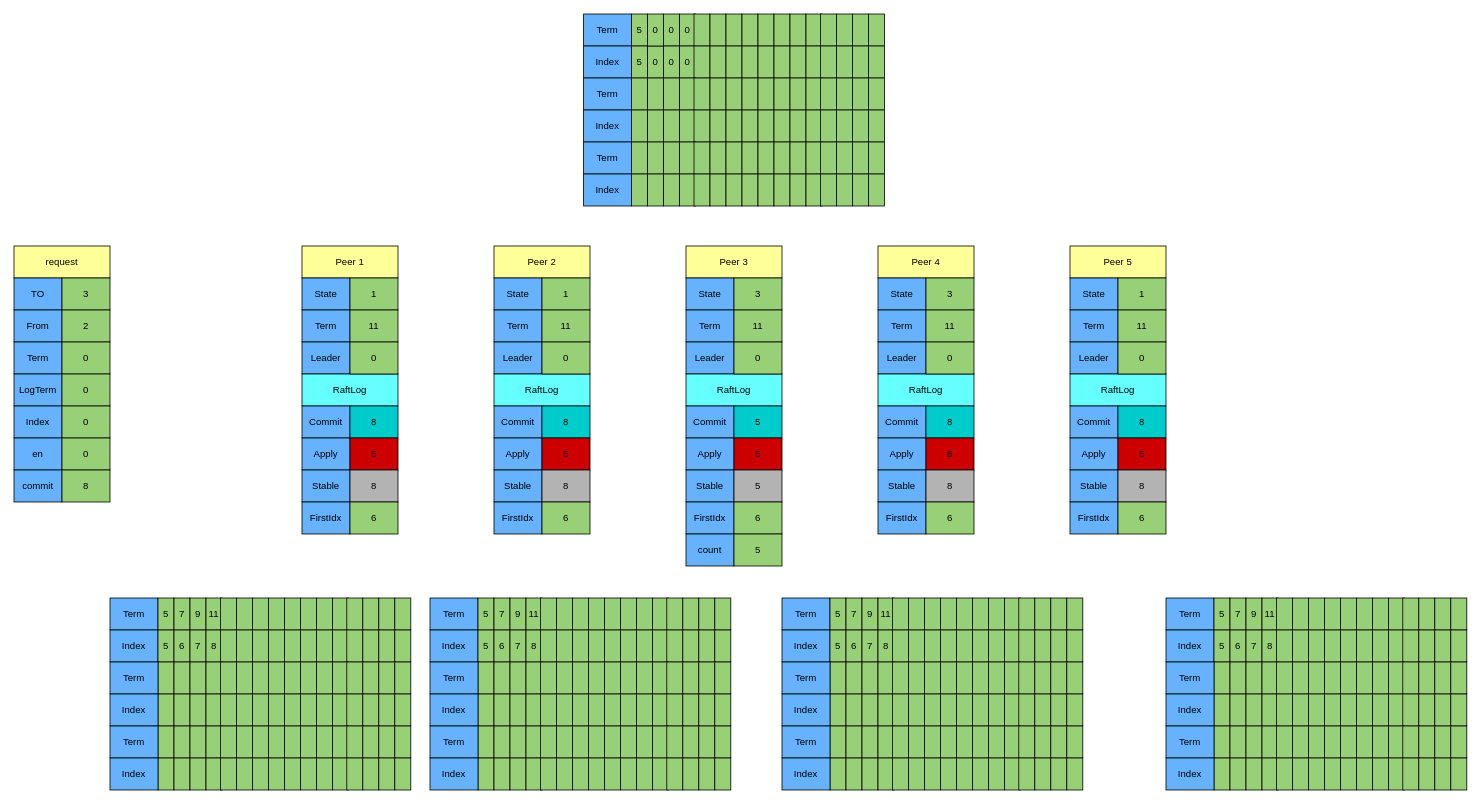
Earlier version of the draw.io diagram runRaft.drawio (arlottang/tdh_bit). Source tidied: cells renumbered, new cells numbered last; positions are measured from the earlier drawing's top-left corner, leaving out a move shared by most shapes. Both pictures are drawn from the tidied source at 80%, with x=0, y=0 at pixel (14, 14).
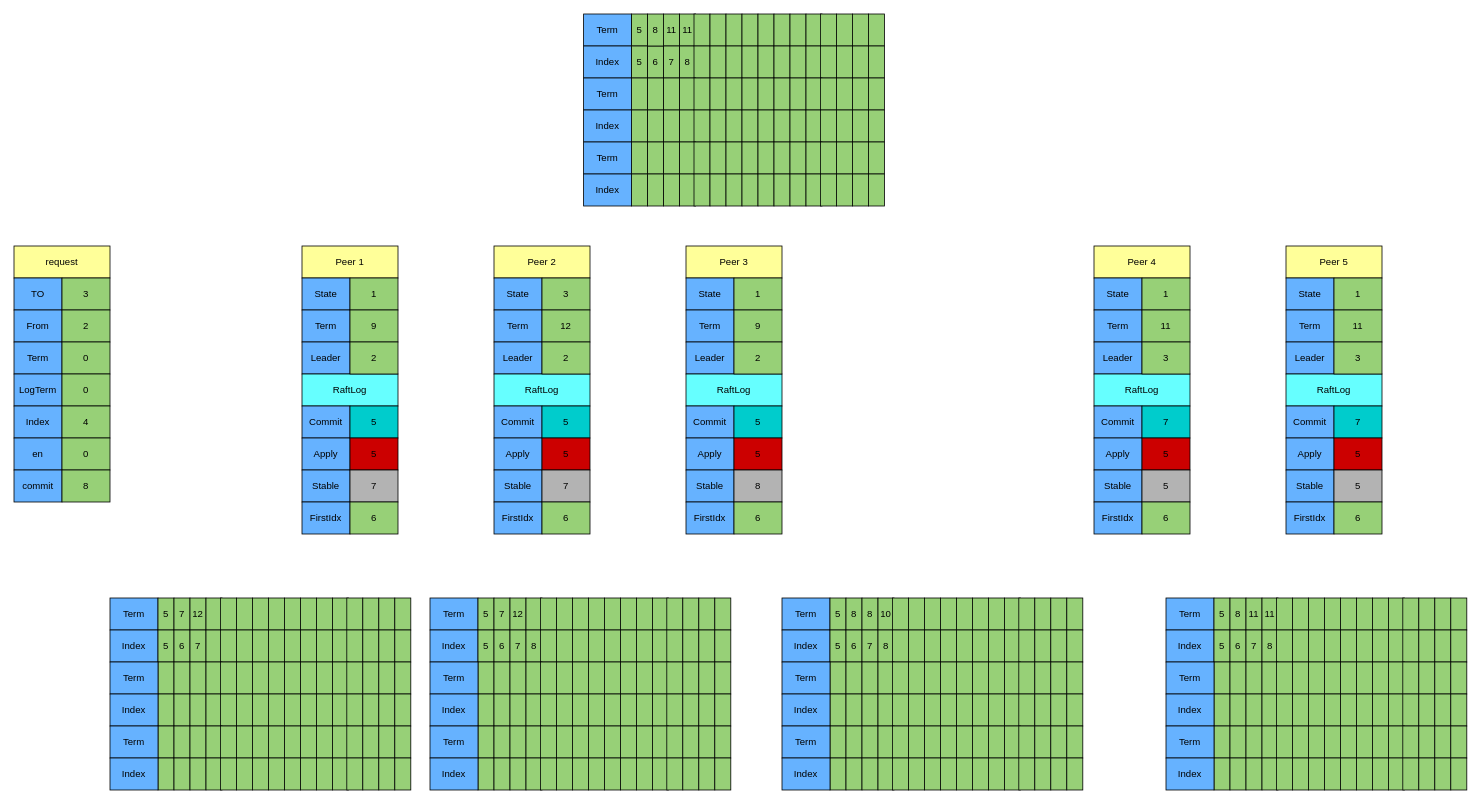
The same diagram, later.

The edit, as a diff of the source:
```diff
@@
     <mxCell id="5" value="Peer 4" style="rounded=0;whiteSpace=wrap;html=1;fillColor=#FFFF99;" parent="1" vertex="1">
-      <mxGeometry x="1080" y="290" width="120" height="40" as="geometry" />
+      <mxGeometry x="1350" y="290" width="120" height="40" as="geometry" />
     </mxCell>
     <mxCell id="6" value="Peer 5" style="rounded=0;whiteSpace=wrap;html=1;fillColor=#FFFF99;" parent="1" vertex="1">
-      <mxGeometry x="1320" y="290" width="120" height="40" as="geometry" />
+      <mxGeometry x="1590" y="290" width="120" height="40" as="geometry" />
     </mxCell>
@@
-    <mxCell id="12" value="11" style="rounded=0;whiteSpace=wrap;html=1;fillColor=#97D077;" parent="1" vertex="1">
+    <mxCell id="12" value="9" style="rounded=0;whiteSpace=wrap;html=1;fillColor=#97D077;" parent="1" vertex="1">
       <mxGeometry x="420" y="370" width="60" height="40" as="geometry" />
     </mxCell>
-    <mxCell id="13" value="0" style="rounded=0;whiteSpace=wrap;html=1;fillColor=#97D077;" parent="1" vertex="1">
+    <mxCell id="13" value="2" style="rounded=0;whiteSpace=wrap;html=1;fillColor=#97D077;" parent="1" vertex="1">
       <mxGeometry x="420" y="410" width="60" height="40" as="geometry" />
     </mxCell>
@@
-    <mxCell id="17" value="1" style="rounded=0;whiteSpace=wrap;html=1;fillColor=#97D077;" parent="1" vertex="1">
+    <mxCell id="17" value="3" style="rounded=0;whiteSpace=wrap;html=1;fillColor=#97D077;" parent="1" vertex="1">
       <mxGeometry x="660" y="330" width="60" height="40" as="geometry" />
     </mxCell>
@@
-    <mxCell id="19" value="11" style="rounded=0;whiteSpace=wrap;html=1;fillColor=#97D077;" parent="1" vertex="1">
+    <mxCell id="19" value="12" style="rounded=0;whiteSpace=wrap;html=1;fillColor=#97D077;" parent="1" vertex="1">
       <mxGeometry x="660" y="370" width="60" height="40" as="geometry" />
     </mxCell>
-    <mxCell id="20" value="0" style="rounded=0;whiteSpace=wrap;html=1;fillColor=#97D077;" parent="1" vertex="1">
+    <mxCell id="20" value="2" style="rounded=0;whiteSpace=wrap;html=1;fillColor=#97D077;" parent="1" vertex="1">
       <mxGeometry x="660" y="410" width="60" height="40" as="geometry" />
     </mxCell>
@@
-    <mxCell id="24" value="3" style="rounded=0;whiteSpace=wrap;html=1;fillColor=#97D077;" parent="1" vertex="1">
+    <mxCell id="24" value="1" style="rounded=0;whiteSpace=wrap;html=1;fillColor=#97D077;" parent="1" vertex="1">
       <mxGeometry x="900" y="330" width="60" height="40" as="geometry" />
     </mxCell>
@@
-    <mxCell id="26" value="11" style="rounded=0;whiteSpace=wrap;html=1;fillColor=#97D077;" parent="1" vertex="1">
+    <mxCell id="26" value="9" style="rounded=0;whiteSpace=wrap;html=1;fillColor=#97D077;" parent="1" vertex="1">
       <mxGeometry x="900" y="370" width="60" height="40" as="geometry" />
     </mxCell>
-    <mxCell id="27" value="0" style="rounded=0;whiteSpace=wrap;html=1;fillColor=#97D077;" parent="1" vertex="1">
+    <mxCell id="27" value="2" style="rounded=0;whiteSpace=wrap;html=1;fillColor=#97D077;" parent="1" vertex="1">
       <mxGeometry x="900" y="410" width="60" height="40" as="geometry" />
     </mxCell>
     <mxCell id="28" value="State" style="rounded=0;whiteSpace=wrap;html=1;fillColor=#66B2FF;" parent="1" vertex="1">
-      <mxGeometry x="1080" y="330" width="60" height="40" as="geometry" />
+      <mxGeometry x="1350" y="330" width="60" height="40" as="geometry" />
     </mxCell>
     <mxCell id="29" value="Term" style="rounded=0;whiteSpace=wrap;html=1;fillColor=#66B2FF;" parent="1" vertex="1">
-      <mxGeometry x="1080" y="370" width="60" height="40" as="geometry" />
+      <mxGeometry x="1350" y="370" width="60" height="40" as="geometry" />
     </mxCell>
     <mxCell id="30" value="Leader" style="rounded=0;whiteSpace=wrap;html=1;fillColor=#66B2FF;" parent="1" vertex="1">
-      <mxGeometry x="1080" y="410" width="60" height="40" as="geometry" />
+      <mxGeometry x="1350" y="410" width="60" height="40" as="geometry" />
     </mxCell>
-    <mxCell id="31" value="3" style="rounded=0;whiteSpace=wrap;html=1;fillColor=#97D077;" parent="1" vertex="1">
-      <mxGeometry x="1140" y="330" width="60" height="40" as="geometry" />
+    <mxCell id="31" value="1" style="rounded=0;whiteSpace=wrap;html=1;fillColor=#97D077;" parent="1" vertex="1">
+      <mxGeometry x="1410" y="330" width="60" height="40" as="geometry" />
     </mxCell>
     <mxCell id="32" value="RaftLog" style="rounded=0;whiteSpace=wrap;html=1;fillColor=#66FFFF;" parent="1" vertex="1">
-      <mxGeometry x="1080" y="450" width="120" height="40" as="geometry" />
+      <mxGeometry x="1350" y="450" width="120" height="40" as="geometry" />
     </mxCell>
     <mxCell id="33" value="11" style="rounded=0;whiteSpace=wrap;html=1;fillColor=#97D077;" parent="1" vertex="1">
-      <mxGeometry x="1140" y="370" width="60" height="40" as="geometry" />
+      <mxGeometry x="1410" y="370" width="60" height="40" as="geometry" />
     </mxCell>
-    <mxCell id="34" value="0" style="rounded=0;whiteSpace=wrap;html=1;fillColor=#97D077;" parent="1" vertex="1">
-      <mxGeometry x="1140" y="410" width="60" height="40" as="geometry" />
+    <mxCell id="34" value="3" style="rounded=0;whiteSpace=wrap;html=1;fillColor=#97D077;" parent="1" vertex="1">
+      <mxGeometry x="1410" y="410" width="60" height="40" as="geometry" />
     </mxCell>
     <mxCell id="35" value="State" style="rounded=0;whiteSpace=wrap;html=1;fillColor=#66B2FF;" parent="1" vertex="1">
-      <mxGeometry x="1320" y="330" width="60" height="40" as="geometry" />
+      <mxGeometry x="1590" y="330" width="60" height="40" as="geometry" />
     </mxCell>
     <mxCell id="36" value="Term" style="rounded=0;whiteSpace=wrap;html=1;fillColor=#66B2FF;" parent="1" vertex="1">
-      <mxGeometry x="1320" y="370" width="60" height="40" as="geometry" />
+      <mxGeometry x="1590" y="370" width="60" height="40" as="geometry" />
     </mxCell>
     <mxCell id="37" value="Leader" style="rounded=0;whiteSpace=wrap;html=1;fillColor=#66B2FF;" parent="1" vertex="1">
-      <mxGeometry x="1320" y="410" width="60" height="40" as="geometry" />
+      <mxGeometry x="1590" y="410" width="60" height="40" as="geometry" />
     </mxCell>
     <mxCell id="38" value="1" style="rounded=0;whiteSpace=wrap;html=1;fillColor=#97D077;" parent="1" vertex="1">
-      <mxGeometry x="1380" y="330" width="60" height="40" as="geometry" />
+      <mxGeometry x="1650" y="330" width="60" height="40" as="geometry" />
     </mxCell>
     <mxCell id="39" value="RaftLog" style="rounded=0;whiteSpace=wrap;html=1;fillColor=#66FFFF;" parent="1" vertex="1">
-      <mxGeometry x="1320" y="450" width="120" height="40" as="geometry" />
+      <mxGeometry x="1590" y="450" width="120" height="40" as="geometry" />
     </mxCell>
     <mxCell id="40" value="11" style="rounded=0;whiteSpace=wrap;html=1;fillColor=#97D077;" parent="1" vertex="1">
-      <mxGeometry x="1380" y="370" width="60" height="40" as="geometry" />
+      <mxGeometry x="1650" y="370" width="60" height="40" as="geometry" />
     </mxCell>
-    <mxCell id="41" value="0" style="rounded=0;whiteSpace=wrap;html=1;fillColor=#97D077;" parent="1" vertex="1">
-      <mxGeometry x="1380" y="410" width="60" height="40" as="geometry" />
+    <mxCell id="41" value="3" style="rounded=0;whiteSpace=wrap;html=1;fillColor=#97D077;" parent="1" vertex="1">
+      <mxGeometry x="1650" y="410" width="60" height="40" as="geometry" />
     </mxCell>
@@
-    <mxCell id="45" value="8" style="rounded=0;whiteSpace=wrap;html=1;fillColor=#00CCCC;" parent="1" vertex="1">
+    <mxCell id="45" value="5" style="rounded=0;whiteSpace=wrap;html=1;fillColor=#00CCCC;" parent="1" vertex="1">
       <mxGeometry x="420" y="490" width="60" height="40" as="geometry" />
     </mxCell>
@@
-    <mxCell id="47" value="8" style="rounded=0;whiteSpace=wrap;html=1;fillColor=#B3B3B3;" parent="1" vertex="1">
+    <mxCell id="47" value="7" style="rounded=0;whiteSpace=wrap;html=1;fillColor=#B3B3B3;" parent="1" vertex="1">
       <mxGeometry x="420" y="570" width="60" height="40" as="geometry" />
     </mxCell>
@@
     <mxCell id="58" value="Commit" style="rounded=0;whiteSpace=wrap;html=1;fillColor=#66B2FF;" parent="1" vertex="1">
-      <mxGeometry x="1080" y="490" width="60" height="40" as="geometry" />
+      <mxGeometry x="1350" y="490" width="60" height="40" as="geometry" />
     </mxCell>
     <mxCell id="59" value="Apply" style="rounded=0;whiteSpace=wrap;html=1;fillColor=#66B2FF;" parent="1" vertex="1">
-      <mxGeometry x="1080" y="530" width="60" height="40" as="geometry" />
+      <mxGeometry x="1350" y="530" width="60" height="40" as="geometry" />
     </mxCell>
     <mxCell id="60" value="Stable" style="rounded=0;whiteSpace=wrap;html=1;fillColor=#66B2FF;" parent="1" vertex="1">
-      <mxGeometry x="1080" y="570" width="60" height="40" as="geometry" />
+      <mxGeometry x="1350" y="570" width="60" height="40" as="geometry" />
     </mxCell>
     <mxCell id="61" value="FirstIdx" style="rounded=0;whiteSpace=wrap;html=1;fillColor=#66B2FF;" parent="1" vertex="1">
-      <mxGeometry x="1080" y="610" width="60" height="40" as="geometry" />
+      <mxGeometry x="1350" y="610" width="60" height="40" as="geometry" />
     </mxCell>
     <mxCell id="62" value="Commit" style="rounded=0;whiteSpace=wrap;html=1;fillColor=#66B2FF;" parent="1" vertex="1">
-      <mxGeometry x="1320" y="490" width="60" height="40" as="geometry" />
+      <mxGeometry x="1590" y="490" width="60" height="40" as="geometry" />
     </mxCell>
     <mxCell id="63" value="Apply" style="rounded=0;whiteSpace=wrap;html=1;fillColor=#66B2FF;" parent="1" vertex="1">
-      <mxGeometry x="1320" y="530" width="60" height="40" as="geometry" />
+      <mxGeometry x="1590" y="530" width="60" height="40" as="geometry" />
     </mxCell>
     <mxCell id="64" value="Stable" style="rounded=0;whiteSpace=wrap;html=1;fillColor=#66B2FF;" parent="1" vertex="1">
-      <mxGeometry x="1320" y="570" width="60" height="40" as="geometry" />
+      <mxGeometry x="1590" y="570" width="60" height="40" as="geometry" />
     </mxCell>
     <mxCell id="65" value="FirstIdx" style="rounded=0;whiteSpace=wrap;html=1;fillColor=#66B2FF;" parent="1" vertex="1">
-      <mxGeometry x="1320" y="610" width="60" height="40" as="geometry" />
+      <mxGeometry x="1590" y="610" width="60" height="40" as="geometry" />
     </mxCell>
@@
-    <mxCell id="72" value="9" style="rounded=0;whiteSpace=wrap;html=1;fillColor=#97D077;" parent="1" vertex="1">
+    <mxCell id="72" value="12" style="rounded=0;whiteSpace=wrap;html=1;fillColor=#97D077;" parent="1" vertex="1">
       <mxGeometry x="220" y="730" width="20" height="40" as="geometry" />
     </mxCell>
@@
-    <mxCell id="74" value="11" style="rounded=0;whiteSpace=wrap;html=1;fillColor=#97D077;" parent="1" vertex="1">
+    <mxCell id="74" style="rounded=0;whiteSpace=wrap;html=1;fillColor=#97D077;" parent="1" vertex="1">
       <mxGeometry x="240" y="730" width="20" height="40" as="geometry" />
     </mxCell>
-    <mxCell id="75" value="8" style="rounded=0;whiteSpace=wrap;html=1;fillColor=#97D077;" parent="1" vertex="1">
+    <mxCell id="75" style="rounded=0;whiteSpace=wrap;html=1;fillColor=#97D077;" parent="1" vertex="1">
       <mxGeometry x="240" y="770" width="20" height="40" as="geometry" />
     </mxCell>
@@
-    <mxCell id="174" value="9" style="rounded=0;whiteSpace=wrap;html=1;fillColor=#97D077;" parent="1" vertex="1">
+    <mxCell id="174" value="12" style="rounded=0;whiteSpace=wrap;html=1;fillColor=#97D077;" parent="1" vertex="1">
       <mxGeometry x="620" y="730" width="20" height="40" as="geometry" />
     </mxCell>
@@
-    <mxCell id="176" value="11" style="rounded=0;whiteSpace=wrap;html=1;fillColor=#97D077;" parent="1" vertex="1">
+    <mxCell id="176" style="rounded=0;whiteSpace=wrap;html=1;fillColor=#97D077;" parent="1" vertex="1">
       <mxGeometry x="640" y="730" width="20" height="40" as="geometry" />
     </mxCell>
@@
-    <mxCell id="274" value="0" style="rounded=0;whiteSpace=wrap;html=1;fillColor=#97D077;" parent="1" vertex="1">
+    <mxCell id="274" value="6" style="rounded=0;whiteSpace=wrap;html=1;fillColor=#97D077;" parent="1" vertex="1">
       <mxGeometry x="792" y="40" width="20" height="40" as="geometry" />
     </mxCell>
-    <mxCell id="275" value="0" style="rounded=0;whiteSpace=wrap;html=1;fillColor=#97D077;" parent="1" vertex="1">
+    <mxCell id="275" value="11" style="rounded=0;whiteSpace=wrap;html=1;fillColor=#97D077;" parent="1" vertex="1">
       <mxGeometry x="812" width="20" height="40" as="geometry" />
     </mxCell>
-    <mxCell id="276" value="0" style="rounded=0;whiteSpace=wrap;html=1;fillColor=#97D077;" parent="1" vertex="1">
+    <mxCell id="276" value="7" style="rounded=0;whiteSpace=wrap;html=1;fillColor=#97D077;" parent="1" vertex="1">
       <mxGeometry x="812" y="40" width="20" height="40" as="geometry" />
     </mxCell>
-    <mxCell id="277" value="0" style="rounded=0;whiteSpace=wrap;html=1;fillColor=#97D077;" parent="1" vertex="1">
+    <mxCell id="277" value="11" style="rounded=0;whiteSpace=wrap;html=1;fillColor=#97D077;" parent="1" vertex="1">
       <mxGeometry x="832" width="20" height="40" as="geometry" />
     </mxCell>
-    <mxCell id="278" value="0" style="rounded=0;whiteSpace=wrap;html=1;fillColor=#97D077;" parent="1" vertex="1">
+    <mxCell id="278" value="8" style="rounded=0;whiteSpace=wrap;html=1;fillColor=#97D077;" parent="1" vertex="1">
       <mxGeometry x="832" y="40" width="20" height="40" as="geometry" />
     </mxCell>
@@
-    <mxCell id="375" value="7" style="rounded=0;whiteSpace=wrap;html=1;fillColor=#97D077;" parent="1" vertex="1">
+    <mxCell id="375" value="8" style="rounded=0;whiteSpace=wrap;html=1;fillColor=#97D077;" parent="1" vertex="1">
       <mxGeometry x="1040" y="730" width="20" height="40" as="geometry" />
     </mxCell>
@@
-    <mxCell id="377" value="9" style="rounded=0;whiteSpace=wrap;html=1;fillColor=#97D077;" parent="1" vertex="1">
+    <mxCell id="377" value="8" style="rounded=0;whiteSpace=wrap;html=1;fillColor=#97D077;" parent="1" vertex="1">
       <mxGeometry x="1060" y="730" width="20" height="40" as="geometry" />
     </mxCell>
@@
-    <mxCell id="379" value="11" style="rounded=0;whiteSpace=wrap;html=1;fillColor=#97D077;" parent="1" vertex="1">
+    <mxCell id="379" value="10" style="rounded=0;whiteSpace=wrap;html=1;fillColor=#97D077;" parent="1" vertex="1">
       <mxGeometry x="1080" y="730" width="20" height="40" as="geometry" />
     </mxCell>
@@
-    <mxCell id="477" value="7" style="rounded=0;whiteSpace=wrap;html=1;fillColor=#97D077;" parent="1" vertex="1">
+    <mxCell id="477" value="8" style="rounded=0;whiteSpace=wrap;html=1;fillColor=#97D077;" parent="1" vertex="1">
       <mxGeometry x="1520" y="730" width="20" height="40" as="geometry" />
     </mxCell>
@@
-    <mxCell id="479" value="9" style="rounded=0;whiteSpace=wrap;html=1;fillColor=#97D077;" parent="1" vertex="1">
+    <mxCell id="479" value="11" style="rounded=0;whiteSpace=wrap;html=1;fillColor=#97D077;" parent="1" vertex="1">
       <mxGeometry x="1540" y="730" width="20" height="40" as="geometry" />
     </mxCell>
@@
-    <mxCell id="575" value="8" style="rounded=0;whiteSpace=wrap;html=1;fillColor=#00CCCC;" parent="1" vertex="1">
+    <mxCell id="575" value="5" style="rounded=0;whiteSpace=wrap;html=1;fillColor=#00CCCC;" parent="1" vertex="1">
       <mxGeometry x="660" y="490" width="60" height="40" as="geometry" />
     </mxCell>
@@
-    <mxCell id="577" value="8" style="rounded=0;whiteSpace=wrap;html=1;fillColor=#B3B3B3;" parent="1" vertex="1">
+    <mxCell id="577" value="7" style="rounded=0;whiteSpace=wrap;html=1;fillColor=#B3B3B3;" parent="1" vertex="1">
       <mxGeometry x="660" y="570" width="60" height="40" as="geometry" />
     </mxCell>
@@
-    <mxCell id="581" value="5" style="rounded=0;whiteSpace=wrap;html=1;fillColor=#B3B3B3;" parent="1" vertex="1">
+    <mxCell id="581" value="8" style="rounded=0;whiteSpace=wrap;html=1;fillColor=#B3B3B3;" parent="1" vertex="1">
       <mxGeometry x="900" y="570" width="60" height="40" as="geometry" />
     </mxCell>
@@
-    <mxCell id="583" value="8" style="rounded=0;whiteSpace=wrap;html=1;fillColor=#00CCCC;" parent="1" vertex="1">
-      <mxGeometry x="1140" y="490" width="60" height="40" as="geometry" />
+    <mxCell id="583" value="7" style="rounded=0;whiteSpace=wrap;html=1;fillColor=#00CCCC;" parent="1" vertex="1">
+      <mxGeometry x="1410" y="490" width="60" height="40" as="geometry" />
     </mxCell>
-    <mxCell id="584" value="8" style="rounded=0;whiteSpace=wrap;html=1;fillColor=#CC0000;" parent="1" vertex="1">
-      <mxGeometry x="1140" y="530" width="60" height="40" as="geometry" />
+    <mxCell id="584" value="5" style="rounded=0;whiteSpace=wrap;html=1;fillColor=#CC0000;" parent="1" vertex="1">
+      <mxGeometry x="1410" y="530" width="60" height="40" as="geometry" />
     </mxCell>
-    <mxCell id="585" value="8" style="rounded=0;whiteSpace=wrap;html=1;fillColor=#B3B3B3;" parent="1" vertex="1">
-      <mxGeometry x="1140" y="570" width="60" height="40" as="geometry" />
+    <mxCell id="585" value="5" style="rounded=0;whiteSpace=wrap;html=1;fillColor=#B3B3B3;" parent="1" vertex="1">
+      <mxGeometry x="1410" y="570" width="60" height="40" as="geometry" />
     </mxCell>
     <mxCell id="586" value="6" style="rounded=0;whiteSpace=wrap;html=1;fillColor=#97D077;" parent="1" vertex="1">
-      <mxGeometry x="1140" y="610" width="60" height="40" as="geometry" />
+      <mxGeometry x="1410" y="610" width="60" height="40" as="geometry" />
     </mxCell>
-    <mxCell id="587" value="8" style="rounded=0;whiteSpace=wrap;html=1;fillColor=#00CCCC;" parent="1" vertex="1">
-      <mxGeometry x="1380" y="490" width="60" height="40" as="geometry" />
+    <mxCell id="587" value="7" style="rounded=0;whiteSpace=wrap;html=1;fillColor=#00CCCC;" parent="1" vertex="1">
+      <mxGeometry x="1650" y="490" width="60" height="40" as="geometry" />
     </mxCell>
     <mxCell id="588" value="5" style="rounded=0;whiteSpace=wrap;html=1;fillColor=#CC0000;" parent="1" vertex="1">
-      <mxGeometry x="1380" y="530" width="60" height="40" as="geometry" />
+      <mxGeometry x="1650" y="530" width="60" height="40" as="geometry" />
     </mxCell>
-    <mxCell id="589" value="8" style="rounded=0;whiteSpace=wrap;html=1;fillColor=#B3B3B3;" parent="1" vertex="1">
-      <mxGeometry x="1380" y="570" width="60" height="40" as="geometry" />
+    <mxCell id="589" value="5" style="rounded=0;whiteSpace=wrap;html=1;fillColor=#B3B3B3;" parent="1" vertex="1">
+      <mxGeometry x="1650" y="570" width="60" height="40" as="geometry" />
     </mxCell>
     <mxCell id="590" value="6" style="rounded=0;whiteSpace=wrap;html=1;fillColor=#97D077;" parent="1" vertex="1">
-      <mxGeometry x="1380" y="610" width="60" height="40" as="geometry" />
+      <mxGeometry x="1650" y="610" width="60" height="40" as="geometry" />
     </mxCell>
@@
-    <mxCell id="601" value="0" style="rounded=0;whiteSpace=wrap;html=1;fillColor=#97D077;" parent="1" vertex="1">
+    <mxCell id="601" value="4" style="rounded=0;whiteSpace=wrap;html=1;fillColor=#97D077;" parent="1" vertex="1">
       <mxGeometry x="60" y="490" width="60" height="40" as="geometry" />
     </mxCell>
@@
-    <mxCell id="604" value="count" style="rounded=0;whiteSpace=wrap;html=1;fillColor=#66B2FF;" parent="1" vertex="1">
-      <mxGeometry x="840" y="650" width="60" height="40" as="geometry" />
-    </mxCell>
-    <mxCell id="605" value="5" style="rounded=0;whiteSpace=wrap;html=1;fillColor=#97D077;" parent="1" vertex="1">
-      <mxGeometry x="900" y="650" width="60" height="40" as="geometry" />
-    </mxCell>
-    <mxCell id="606" value="0" style="rounded=0;whiteSpace=wrap;html=1;fillColor=#97D077;" parent="1" vertex="1">
+    <mxCell id="606" value="8" style="rounded=0;whiteSpace=wrap;html=1;fillColor=#97D077;" parent="1" vertex="1">
       <mxGeometry x="792" width="20" height="40" as="geometry" />
     </mxCell>
```
